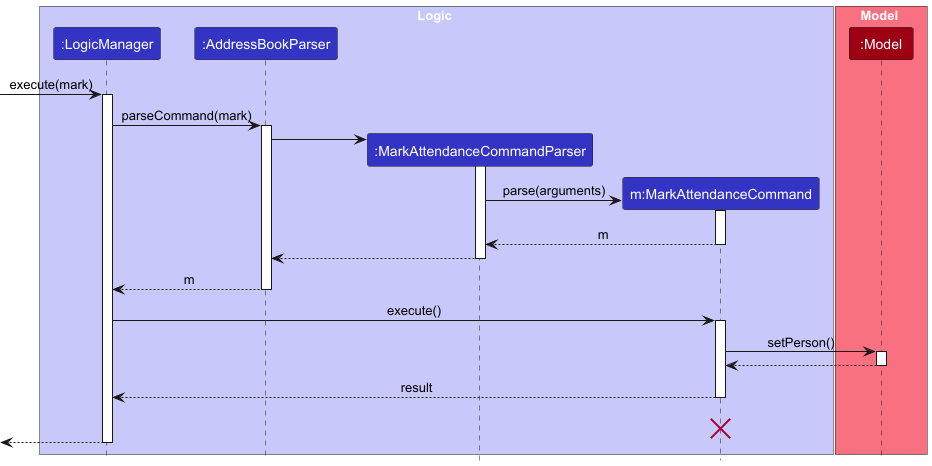
Above: docs/images/MarkAttendanceSequenceDiagram-Logic.png in nus-cs2103-AY2425S1/tp (PlantUML), before the change.
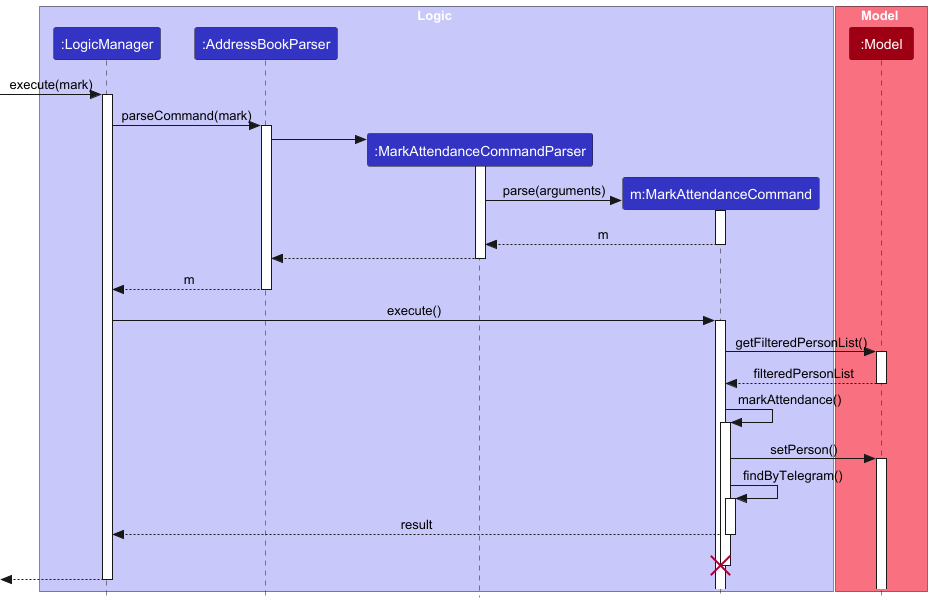
After the change.

What changed in the source:
```diff
@@ -1,6 +1,7 @@
 @startuml
 !include style.puml
 skinparam ArrowFontStyle plain
+skinparam style strictuml
 
 box Logic LOGIC_COLOR_T1
 participant ":LogicManager" as LogicManager LOGIC_COLOR
@@ -38,14 +39,24 @@
 LogicManager -> MarkAttendanceCommand : execute()
 activate MarkAttendanceCommand
 
+MarkAttendanceCommand -> Model : getFilteredPersonList()
+activate Model
+
+Model --> MarkAttendanceCommand : filteredPersonList
+deactivate Model
+
+MarkAttendanceCommand -> MarkAttendanceCommand : markAttendance()
+activate MarkAttendanceCommand
+
 MarkAttendanceCommand -> Model : setPerson()
 activate Model
 
-Model --> MarkAttendanceCommand
-deactivate Model
+MarkAttendanceCommand -> MarkAttendanceCommand : findByTelegram()
+activate MarkAttendanceCommand
 
 MarkAttendanceCommand --> LogicManager : result
 deactivate MarkAttendanceCommand
+
 MarkAttendanceCommand -[hidden]-> LogicManager : result
 destroy MarkAttendanceCommand
 
```
